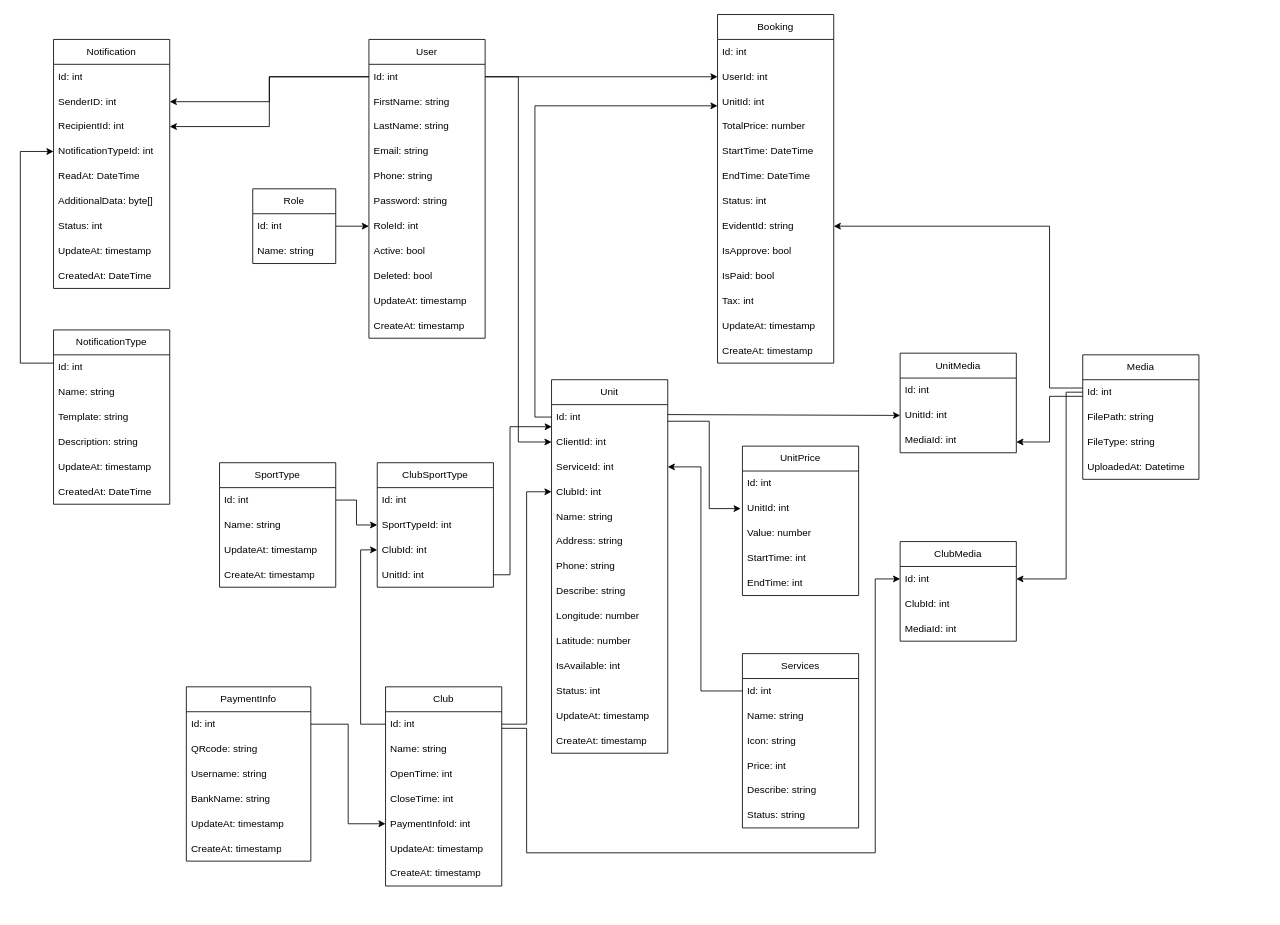
The draw.io diagram page "UML" (2 of 2) of docs/SportsFieldBooking.drawio in LoanTTM232/LoanTTM232, before the edit. Source tidied: cells renumbered, new cells numbered last; positions are measured from the earlier drawing's top-left corner, leaving out a move shared by most shapes. Both pictures are drawn from the tidied source at 83%, with x=0, y=0 at pixel (20, 14).
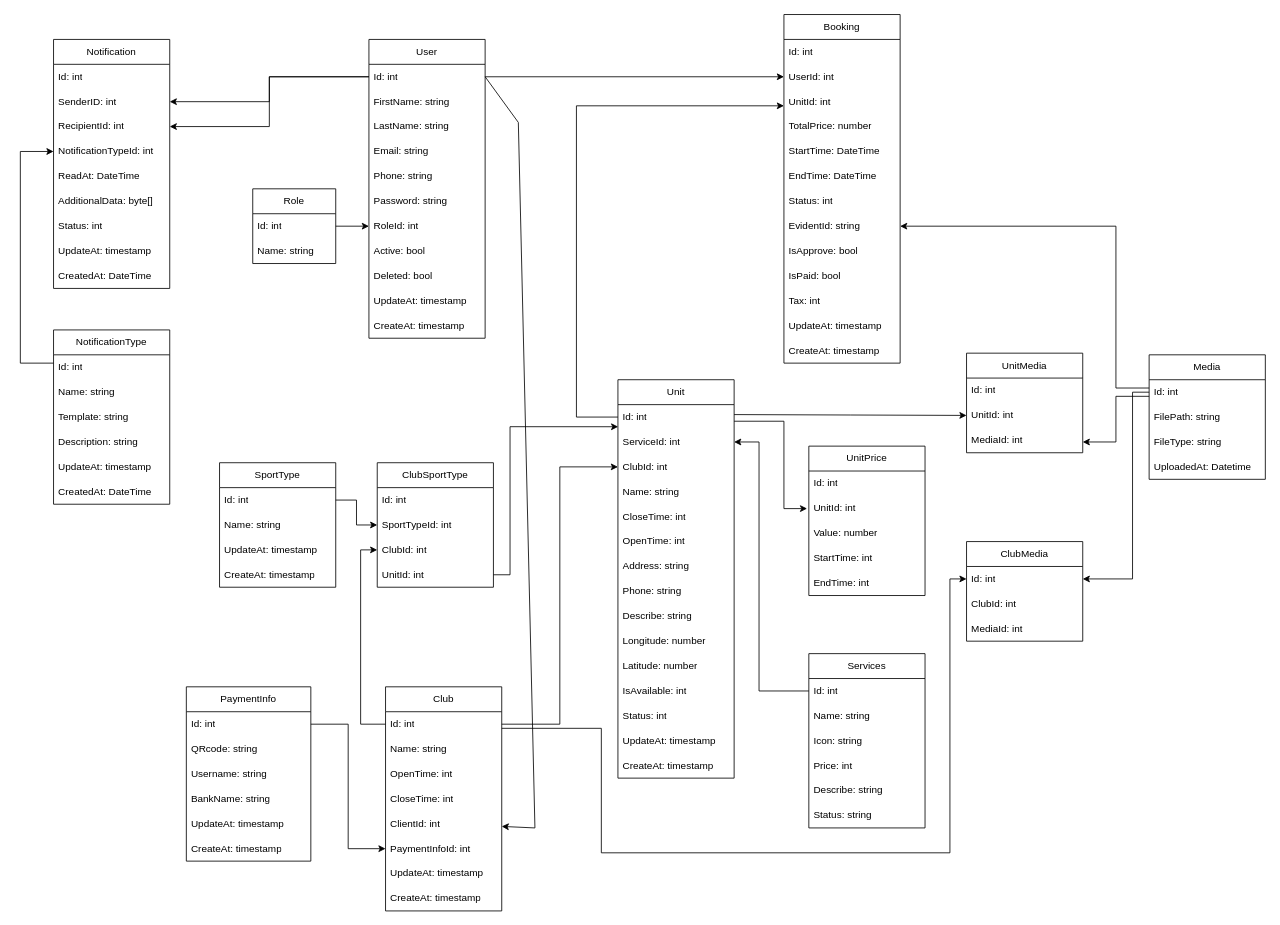
The same page after the edit.

Commit message:
[ST001] - Update UML diagrams for database

The change refers to these unchanged cells:
```xml
<mxCell id="6" value="Id: int" style="text;strokeColor=none;fillColor=none;align=left;verticalAlign=middle;spacingLeft=4;spacingRight=4;overflow=hidden;points=[[0,0.5],[1,0.5]];portConstraint=eastwest;whiteSpace=wrap;html=1;" parent="5" vertex="1">
  <mxGeometry y="30" width="140" height="30" as="geometry" />
</mxCell>
<mxCell id="18" value="Id: int" style="text;strokeColor=none;fillColor=none;align=left;verticalAlign=middle;spacingLeft=4;spacingRight=4;overflow=hidden;points=[[0,0.5],[1,0.5]];portConstraint=eastwest;whiteSpace=wrap;html=1;" parent="17" vertex="1">
  <mxGeometry y="30" width="140" height="30" as="geometry" />
</mxCell>
<mxCell id="33" value="Id: int" style="text;strokeColor=none;fillColor=none;align=left;verticalAlign=middle;spacingLeft=4;spacingRight=4;overflow=hidden;points=[[0,0.5],[1,0.5]];portConstraint=eastwest;whiteSpace=wrap;html=1;" parent="32" vertex="1">
  <mxGeometry y="30" width="140" height="30" as="geometry" />
</mxCell>
<mxCell id="42" value="UnitId: int" style="text;strokeColor=none;fillColor=none;align=left;verticalAlign=middle;spacingLeft=4;spacingRight=4;overflow=hidden;points=[[0,0.5],[1,0.5]];portConstraint=eastwest;whiteSpace=wrap;html=1;" parent="39" vertex="1">
  <mxGeometry y="90" width="140" height="30" as="geometry" />
</mxCell>
<mxCell id="47" value="EvidentId: string" style="text;strokeColor=none;fillColor=none;align=left;verticalAlign=middle;spacingLeft=4;spacingRight=4;overflow=hidden;points=[[0,0.5],[1,0.5]];portConstraint=eastwest;whiteSpace=wrap;html=1;" parent="39" vertex="1">
  <mxGeometry y="240" width="140" height="30" as="geometry" />
</mxCell>
<mxCell id="72" value="UnitId: int" style="text;strokeColor=none;fillColor=none;align=left;verticalAlign=middle;spacingLeft=4;spacingRight=4;overflow=hidden;points=[[0,0.5],[1,0.5]];portConstraint=eastwest;whiteSpace=wrap;html=1;" parent="70" vertex="1">
  <mxGeometry y="60" width="140" height="30" as="geometry" />
</mxCell>
<mxCell id="73" value="MediaId: int" style="text;strokeColor=none;fillColor=none;align=left;verticalAlign=middle;spacingLeft=4;spacingRight=4;overflow=hidden;points=[[0,0.5],[1,0.5]];portConstraint=eastwest;whiteSpace=wrap;html=1;" parent="70" vertex="1">
  <mxGeometry y="90" width="140" height="30" as="geometry" />
</mxCell>
<mxCell id="95" value="UnitId: int" style="text;strokeColor=none;fillColor=none;align=left;verticalAlign=middle;spacingLeft=4;spacingRight=4;overflow=hidden;points=[[0,0.5],[1,0.5]];portConstraint=eastwest;whiteSpace=wrap;html=1;" parent="93" vertex="1">
  <mxGeometry y="60" width="140" height="30" as="geometry" />
</mxCell>
<mxCell id="101" value="Id: int" style="text;strokeColor=none;fillColor=none;align=left;verticalAlign=middle;spacingLeft=4;spacingRight=4;overflow=hidden;points=[[0,0.5],[1,0.5]];portConstraint=eastwest;whiteSpace=wrap;html=1;" parent="100" vertex="1">
  <mxGeometry y="30" width="140" height="30" as="geometry" />
</mxCell>
<mxCell id="109" value="Id: int" style="text;strokeColor=none;fillColor=none;align=left;verticalAlign=middle;spacingLeft=4;spacingRight=4;overflow=hidden;points=[[0,0.5],[1,0.5]];portConstraint=eastwest;whiteSpace=wrap;html=1;" parent="108" vertex="1">
  <mxGeometry y="30" width="140" height="30" as="geometry" />
</mxCell>
<mxCell id="120" value="Id: int" style="text;strokeColor=none;fillColor=none;align=left;verticalAlign=middle;spacingLeft=4;spacingRight=4;overflow=hidden;points=[[0,0.5],[1,0.5]];portConstraint=eastwest;whiteSpace=wrap;html=1;" parent="119" vertex="1">
  <mxGeometry y="30" width="140" height="30" as="geometry" />
</mxCell>
```

What changed in the source:
```diff
@@
     <mxCell id="17" value="Unit" style="swimlane;fontStyle=0;horizontal=1;startSize=30;whiteSpace=wrap;html=1;" parent="1" vertex="1">
-      <mxGeometry x="640" y="440" width="140" height="450" as="geometry" />
+      <mxGeometry x="720" y="440" width="140" height="480" as="geometry" />
     </mxCell>
@@
-    <mxCell id="19" value="ClientId: int" style="text;strokeColor=none;fillColor=none;align=left;verticalAlign=middle;spacingLeft=4;spacingRight=4;overflow=hidden;points=[[0,0.5],[1,0.5]];portConstraint=eastwest;whiteSpace=wrap;html=1;" parent="17" vertex="1">
-      <mxGeometry y="60" width="140" height="30" as="geometry" />
-    </mxCell>
     <mxCell id="20" value="ServiceId: int" style="text;strokeColor=none;fillColor=none;align=left;verticalAlign=middle;spacingLeft=4;spacingRight=4;overflow=hidden;points=[[0,0.5],[1,0.5]];portConstraint=eastwest;whiteSpace=wrap;html=1;" parent="17" vertex="1">
-      <mxGeometry y="90" width="140" height="30" as="geometry" />
+      <mxGeometry y="60" width="140" height="30" as="geometry" />
     </mxCell>
     <mxCell id="21" value="ClubId: int" style="text;strokeColor=none;fillColor=none;align=left;verticalAlign=middle;spacingLeft=4;spacingRight=4;overflow=hidden;points=[[0,0.5],[1,0.5]];portConstraint=eastwest;whiteSpace=wrap;html=1;" parent="17" vertex="1">
-      <mxGeometry y="120" width="140" height="30" as="geometry" />
+      <mxGeometry y="90" width="140" height="30" as="geometry" />
     </mxCell>
     <mxCell id="22" value="Name: string" style="text;strokeColor=none;fillColor=none;align=left;verticalAlign=middle;spacingLeft=4;spacingRight=4;overflow=hidden;whiteSpace=wrap;html=1;" parent="17" vertex="1">
-      <mxGeometry y="150" width="140" height="30" as="geometry" />
+      <mxGeometry y="120" width="140" height="30" as="geometry" />
     </mxCell>
+    <mxCell id="133" value="CloseTime: int" style="text;strokeColor=none;fillColor=none;align=left;verticalAlign=middle;spacingLeft=4;spacingRight=4;overflow=hidden;whiteSpace=wrap;html=1;" parent="17" vertex="1">
+      <mxGeometry y="150" width="140" height="30" as="geometry" />
+    </mxCell>
+    <mxCell id="134" value="OpenTime: int" style="text;strokeColor=none;fillColor=none;align=left;verticalAlign=middle;spacingLeft=4;spacingRight=4;overflow=hidden;whiteSpace=wrap;html=1;" parent="17" vertex="1">
+      <mxGeometry y="180" width="140" height="30" as="geometry" />
+    </mxCell>
     <mxCell id="23" value="Address: string" style="text;strokeColor=none;fillColor=none;align=left;verticalAlign=middle;spacingLeft=4;spacingRight=4;overflow=hidden;whiteSpace=wrap;html=1;" parent="17" vertex="1">
-      <mxGeometry y="180" width="140" height="30" as="geometry" />
+      <mxGeometry y="210" width="140" height="30" as="geometry" />
     </mxCell>
     <mxCell id="24" value="Phone: string" style="text;strokeColor=none;fillColor=none;align=left;verticalAlign=middle;spacingLeft=4;spacingRight=4;overflow=hidden;whiteSpace=wrap;html=1;" parent="17" vertex="1">
-      <mxGeometry y="210" width="140" height="30" as="geometry" />
+      <mxGeometry y="240" width="140" height="30" as="geometry" />
     </mxCell>
     <mxCell id="25" value="Describe: string" style="text;strokeColor=none;fillColor=none;align=left;verticalAlign=middle;spacingLeft=4;spacingRight=4;overflow=hidden;whiteSpace=wrap;html=1;" parent="17" vertex="1">
-      <mxGeometry y="240" width="140" height="30" as="geometry" />
+      <mxGeometry y="270" width="140" height="30" as="geometry" />
     </mxCell>
     <mxCell id="26" value="Longitude: number" style="text;strokeColor=none;fillColor=none;align=left;verticalAlign=middle;spacingLeft=4;spacingRight=4;overflow=hidden;whiteSpace=wrap;html=1;" parent="17" vertex="1">
-      <mxGeometry y="270" width="140" height="30" as="geometry" />
+      <mxGeometry y="300" width="140" height="30" as="geometry" />
     </mxCell>
     <mxCell id="27" value="Latitude: number" style="text;strokeColor=none;fillColor=none;align=left;verticalAlign=middle;spacingLeft=4;spacingRight=4;overflow=hidden;whiteSpace=wrap;html=1;" parent="17" vertex="1">
-      <mxGeometry y="300" width="140" height="30" as="geometry" />
+      <mxGeometry y="330" width="140" height="30" as="geometry" />
     </mxCell>
     <mxCell id="28" value="IsAvailable: int" style="text;strokeColor=none;fillColor=none;align=left;verticalAlign=middle;spacingLeft=4;spacingRight=4;overflow=hidden;whiteSpace=wrap;html=1;" parent="17" vertex="1">
-      <mxGeometry y="330" width="140" height="30" as="geometry" />
+      <mxGeometry y="360" width="140" height="30" as="geometry" />
     </mxCell>
     <mxCell id="29" value="Status: int" style="text;strokeColor=none;fillColor=none;align=left;verticalAlign=middle;spacingLeft=4;spacingRight=4;overflow=hidden;whiteSpace=wrap;html=1;" parent="17" vertex="1">
-      <mxGeometry y="360" width="140" height="30" as="geometry" />
+      <mxGeometry y="390" width="140" height="30" as="geometry" />
     </mxCell>
     <mxCell id="30" value="UpdateAt: timestamp" style="text;strokeColor=none;fillColor=none;align=left;verticalAlign=middle;spacingLeft=4;spacingRight=4;overflow=hidden;whiteSpace=wrap;html=1;" parent="17" vertex="1">
-      <mxGeometry y="390" width="140" height="30" as="geometry" />
+      <mxGeometry y="420" width="140" height="30" as="geometry" />
     </mxCell>
     <mxCell id="31" value="CreateAt: timestamp" style="text;strokeColor=none;fillColor=none;align=left;verticalAlign=middle;spacingLeft=4;spacingRight=4;overflow=hidden;whiteSpace=wrap;html=1;" parent="17" vertex="1">
-      <mxGeometry y="420" width="140" height="30" as="geometry" />
+      <mxGeometry y="450" width="140" height="30" as="geometry" />
     </mxCell>
     <mxCell id="32" value="Services" style="swimlane;fontStyle=0;horizontal=1;startSize=30;whiteSpace=wrap;html=1;" parent="1" vertex="1">
-      <mxGeometry x="870" y="770" width="140" height="210" as="geometry" />
+      <mxGeometry x="950" y="770" width="140" height="210" as="geometry" />
     </mxCell>
@@
     <mxCell id="39" value="Booking" style="swimlane;fontStyle=0;horizontal=1;startSize=30;whiteSpace=wrap;html=1;" parent="1" vertex="1">
-      <mxGeometry x="840" width="140" height="420" as="geometry" />
+      <mxGeometry x="920" width="140" height="420" as="geometry" />
     </mxCell>
@@
     <mxCell id="70" value="UnitMedia" style="swimlane;fontStyle=0;horizontal=1;startSize=30;whiteSpace=wrap;html=1;" parent="1" vertex="1">
-      <mxGeometry x="1060" y="408" width="140" height="120" as="geometry" />
+      <mxGeometry x="1140" y="408" width="140" height="120" as="geometry" />
     </mxCell>
@@
-    <mxCell id="74" style="endArrow=classic;html=1;rounded=0;exitX=1;exitY=0.5;exitDx=0;exitDy=0;entryX=0;entryY=0.5;entryDx=0;entryDy=0;" parent="1" edge="1" source="6" target="19">
+    <mxCell id="74" style="endArrow=classic;html=1;rounded=0;exitX=1;exitY=0.5;exitDx=0;exitDy=0;" parent="1" edge="1" source="6" target="19">
       <mxGeometry relative="1" as="geometry">
         <Array as="points">
-          <mxPoint x="600" y="75" />
-          <mxPoint x="600" y="515" />
+          <mxPoint x="600" y="130" />
+          <mxPoint x="620" y="980" />
         </Array>
       </mxGeometry>
     </mxCell>
@@
     <mxCell id="82" style="edgeStyle=orthogonalEdgeStyle;rounded=0;jettySize=auto;html=1;" parent="1" edge="1" source="18" target="42">
       <mxGeometry relative="1" as="geometry">
         <Array as="points">
-          <mxPoint x="620" y="485" />
-          <mxPoint x="620" y="110" />
+          <mxPoint x="670" y="485" />
+          <mxPoint x="670" y="110" />
         </Array>
       </mxGeometry>
     </mxCell>
@@
     <mxCell id="93" value="UnitPrice" style="swimlane;fontStyle=0;horizontal=1;startSize=30;whiteSpace=wrap;html=1;" parent="1" vertex="1">
-      <mxGeometry x="870" y="520" width="140" height="180" as="geometry" />
+      <mxGeometry x="950" y="520" width="140" height="180" as="geometry" />
     </mxCell>
@@
     <mxCell id="99" style="edgeStyle=orthogonalEdgeStyle;rounded=0;jettySize=auto;html=1;entryX=-0.015;entryY=0.509;entryDx=0;entryDy=0;entryPerimeter=0;" parent="1" edge="1" source="18" target="95">
       <mxGeometry relative="1" as="geometry">
         <Array as="points">
-          <mxPoint x="830" y="490" />
-          <mxPoint x="830" y="595" />
-          <mxPoint x="868" y="595" />
+          <mxPoint x="920" y="490" />
+          <mxPoint x="920" y="595" />
         </Array>
       </mxGeometry>
     </mxCell>
     <mxCell id="100" value="Media" style="swimlane;fontStyle=0;horizontal=1;startSize=30;whiteSpace=wrap;html=1;" parent="1" vertex="1">
-      <mxGeometry x="1280" y="410" width="140" height="150" as="geometry" />
+      <mxGeometry x="1360" y="410" width="140" height="150" as="geometry" />
     </mxCell>
@@
     <mxCell id="105" style="edgeStyle=orthogonalEdgeStyle;rounded=0;jettySize=auto;html=1;" parent="1" edge="1" target="72">
       <mxGeometry relative="1" as="geometry">
-        <mxPoint x="780" y="482" as="sourcePoint" />
+        <mxPoint x="860" y="482" as="sourcePoint" />
       </mxGeometry>
     </mxCell>
     <mxCell id="106" style="edgeStyle=orthogonalEdgeStyle;rounded=0;jettySize=auto;html=1;" parent="1" edge="1" source="101" target="73">
       <mxGeometry relative="1" as="geometry">
         <Array as="points">
-          <mxPoint x="1240" y="460" />
-          <mxPoint x="1240" y="515" />
+          <mxPoint x="1320" y="460" />
+          <mxPoint x="1320" y="515" />
         </Array>
       </mxGeometry>
     </mxCell>
     <mxCell id="107" style="edgeStyle=orthogonalEdgeStyle;rounded=0;jettySize=auto;html=1;" parent="1" edge="1" source="101" target="47">
       <mxGeometry relative="1" as="geometry">
         <Array as="points">
-          <mxPoint x="1240" y="450" />
-          <mxPoint x="1240" y="255" />
+          <mxPoint x="1320" y="450" />
+          <mxPoint x="1320" y="255" />
         </Array>
       </mxGeometry>
     </mxCell>
     <mxCell id="108" value="Club" style="swimlane;fontStyle=0;horizontal=1;startSize=30;whiteSpace=wrap;html=1;" parent="1" vertex="1">
-      <mxGeometry x="440" y="810" width="140" height="240" as="geometry" />
+      <mxGeometry x="440" y="810" width="140" height="270" as="geometry" />
     </mxCell>
@@
+    <mxCell id="19" value="ClientId: int" style="text;strokeColor=none;fillColor=none;align=left;verticalAlign=middle;spacingLeft=4;spacingRight=4;overflow=hidden;points=[[0,0.5],[1,0.5]];portConstraint=eastwest;whiteSpace=wrap;html=1;" parent="108" vertex="1">
+      <mxGeometry y="150" width="140" height="30" as="geometry" />
+    </mxCell>
     <mxCell id="113" value="PaymentInfoId: int" style="text;strokeColor=none;fillColor=none;align=left;verticalAlign=middle;spacingLeft=4;spacingRight=4;overflow=hidden;points=[[0,0.5],[1,0.5]];portConstraint=eastwest;whiteSpace=wrap;html=1;" parent="108" vertex="1">
-      <mxGeometry y="150" width="140" height="30" as="geometry" />
+      <mxGeometry y="180" width="140" height="30" as="geometry" />
     </mxCell>
     <mxCell id="114" value="UpdateAt: timestamp" style="text;strokeColor=none;fillColor=none;align=left;verticalAlign=middle;spacingLeft=4;spacingRight=4;overflow=hidden;whiteSpace=wrap;html=1;" parent="108" vertex="1">
-      <mxGeometry y="180" width="140" height="30" as="geometry" />
+      <mxGeometry y="210" width="140" height="30" as="geometry" />
     </mxCell>
     <mxCell id="115" value="CreateAt: timestamp" style="text;strokeColor=none;fillColor=none;align=left;verticalAlign=middle;spacingLeft=4;spacingRight=4;overflow=hidden;whiteSpace=wrap;html=1;" parent="108" vertex="1">
-      <mxGeometry y="210" width="140" height="30" as="geometry" />
+      <mxGeometry y="240" width="140" height="30" as="geometry" />
     </mxCell>
@@
     <mxCell id="117" style="edgeStyle=orthogonalEdgeStyle;rounded=0;jettySize=auto;html=1;" parent="1" edge="1" source="33" target="20">
       <mxGeometry relative="1" as="geometry">
         <Array as="points">
-          <mxPoint x="820" y="815" />
-          <mxPoint x="820" y="545" />
+          <mxPoint x="890" y="815" />
+          <mxPoint x="890" y="515" />
         </Array>
       </mxGeometry>
     </mxCell>
@@
     <mxCell id="119" value="ClubMedia" style="swimlane;fontStyle=0;horizontal=1;startSize=30;whiteSpace=wrap;html=1;" parent="1" vertex="1">
-      <mxGeometry x="1060" y="635" width="140" height="120" as="geometry" />
+      <mxGeometry x="1140" y="635" width="140" height="120" as="geometry" />
     </mxCell>
@@
     <mxCell id="123" style="edgeStyle=orthogonalEdgeStyle;rounded=0;jettySize=auto;html=1;entryX=0;entryY=0.5;entryDx=0;entryDy=0;" parent="1" edge="1" source="109" target="120">
       <mxGeometry relative="1" as="geometry">
         <Array as="points">
-          <mxPoint x="610" y="860" />
-          <mxPoint x="610" y="1010" />
-          <mxPoint x="1030" y="1010" />
-          <mxPoint x="1030" y="680" />
+          <mxPoint x="700" y="860" />
+          <mxPoint x="700" y="1010" />
+          <mxPoint x="1120" y="1010" />
+          <mxPoint x="1120" y="680" />
         </Array>
       </mxGeometry>
     </mxCell>
     <mxCell id="124" style="edgeStyle=orthogonalEdgeStyle;rounded=0;jettySize=auto;html=1;" parent="1" edge="1" source="101" target="120">
       <mxGeometry relative="1" as="geometry">
         <Array as="points">
-          <mxPoint x="1260" y="455" />
-          <mxPoint x="1260" y="680" />
+          <mxPoint x="1340" y="455" />
+          <mxPoint x="1340" y="680" />
         </Array>
       </mxGeometry>
     </mxCell>
```
